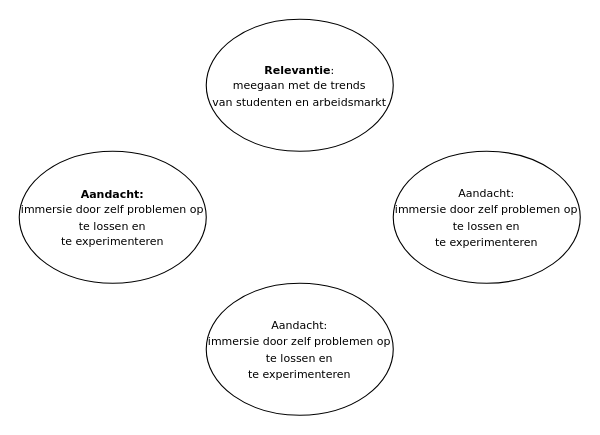
Earlier version of the draw.io diagram ARCS.drawio (wieberinsma/bdb-drawio). Source tidied: cells renumbered, new cells numbered last; positions are measured from the earlier drawing's top-left corner, leaving out a move shared by most shapes. Both pictures are drawn from the tidied source at 110%, with x=0, y=0 at pixel (19, 19).
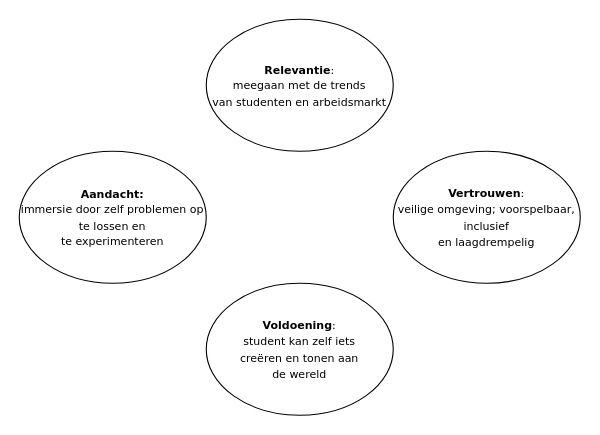
Above is the later version.

What changed in the source:
```diff
@@
 <mxGraphModel>
   <root>
     <mxCell id="0" />
     <mxCell id="1" parent="0" />
     <mxCell id="2" value="&lt;div&gt;&lt;font face=&quot;Verdana&quot;&gt;&lt;b&gt;&lt;font style=&quot;font-size: 10px&quot;&gt;Aandacht:&lt;/font&gt;&lt;/b&gt;&lt;/font&gt;&lt;/div&gt;&lt;div&gt;&lt;font style=&quot;font-size: 10px&quot; face=&quot;Verdana&quot;&gt;immersie door zelf problemen op te lossen en &lt;br&gt;&lt;/font&gt;&lt;/div&gt;&lt;div&gt;&lt;font style=&quot;font-size: 10px&quot; face=&quot;Verdana&quot;&gt;te experimenteren&lt;/font&gt;&lt;/div&gt;" style="ellipse;whiteSpace=wrap;html=1;" parent="1" vertex="1">
       <mxGeometry y="120" width="170" height="120" as="geometry" />
     </mxCell>
     <mxCell id="3" value="&lt;div&gt;&lt;font style=&quot;font-size: 10px&quot; face=&quot;Verdana&quot;&gt;&lt;b&gt;Relevantie&lt;/b&gt;: &lt;br&gt;&lt;/font&gt;&lt;/div&gt;&lt;div&gt;&lt;font style=&quot;font-size: 10px&quot; face=&quot;Verdana&quot;&gt;meegaan met de trends &lt;br&gt;&lt;/font&gt;&lt;/div&gt;&lt;div&gt;&lt;font style=&quot;font-size: 10px&quot; face=&quot;Verdana&quot;&gt;van studenten en arbeidsmarkt&lt;/font&gt;&lt;/div&gt;" style="ellipse;whiteSpace=wrap;html=1;" parent="1" vertex="1">
       <mxGeometry x="170" width="170" height="120" as="geometry" />
     </mxCell>
-    <mxCell id="4" value="&lt;div&gt;&lt;font style=&quot;font-size: 10px&quot; face=&quot;Courier New&quot;&gt;&lt;font face=&quot;Verdana&quot;&gt;Aandacht:&lt;/font&gt;&lt;/font&gt;&lt;/div&gt;&lt;div&gt;&lt;font style=&quot;font-size: 10px&quot; face=&quot;Courier New&quot;&gt;&lt;font face=&quot;Verdana&quot;&gt;immersie door zelf problemen op te lossen en &lt;br&gt;&lt;/font&gt;&lt;/font&gt;&lt;/div&gt;&lt;div&gt;&lt;font style=&quot;font-size: 10px&quot; face=&quot;Courier New&quot;&gt;&lt;font face=&quot;Verdana&quot;&gt;te experimenteren&lt;/font&gt;&lt;/font&gt;&lt;/div&gt;" style="ellipse;whiteSpace=wrap;html=1;" parent="1" vertex="1">
+    <mxCell id="4" value="&lt;div&gt;&lt;font style=&quot;font-size: 10px&quot; face=&quot;Courier New&quot;&gt;&lt;font face=&quot;Verdana&quot;&gt;&lt;b&gt;Voldoening&lt;/b&gt;:&lt;/font&gt;&lt;/font&gt;&lt;/div&gt;&lt;div&gt;&lt;font style=&quot;font-size: 10px&quot; face=&quot;Courier New&quot;&gt;&lt;font face=&quot;Verdana&quot;&gt;student kan zelf iets &lt;br&gt;&lt;/font&gt;&lt;/font&gt;&lt;/div&gt;&lt;div&gt;&lt;font style=&quot;font-size: 10px&quot; face=&quot;Courier New&quot;&gt;&lt;font face=&quot;Verdana&quot;&gt;creëren en tonen aan &lt;br&gt;&lt;/font&gt;&lt;/font&gt;&lt;/div&gt;&lt;div&gt;&lt;font style=&quot;font-size: 10px&quot; face=&quot;Courier New&quot;&gt;&lt;font face=&quot;Verdana&quot;&gt;de wereld&lt;/font&gt;&lt;/font&gt;&lt;/div&gt;" style="ellipse;whiteSpace=wrap;html=1;" parent="1" vertex="1">
       <mxGeometry x="170" y="240" width="170" height="120" as="geometry" />
     </mxCell>
-    <mxCell id="5" value="&lt;div&gt;&lt;font style=&quot;font-size: 10px&quot; face=&quot;Courier New&quot;&gt;&lt;font face=&quot;Verdana&quot;&gt;Aandacht:&lt;/font&gt;&lt;/font&gt;&lt;/div&gt;&lt;div&gt;&lt;font style=&quot;font-size: 10px&quot; face=&quot;Courier New&quot;&gt;&lt;font face=&quot;Verdana&quot;&gt;immersie door zelf problemen op te lossen en &lt;br&gt;&lt;/font&gt;&lt;/font&gt;&lt;/div&gt;&lt;div&gt;&lt;font style=&quot;font-size: 10px&quot; face=&quot;Courier New&quot;&gt;&lt;font face=&quot;Verdana&quot;&gt;te experimenteren&lt;/font&gt;&lt;/font&gt;&lt;/div&gt;" style="ellipse;whiteSpace=wrap;html=1;" parent="1" vertex="1">
+    <mxCell id="5" value="&lt;div&gt;&lt;font style=&quot;font-size: 10px&quot; face=&quot;Courier New&quot;&gt;&lt;font face=&quot;Verdana&quot;&gt;&lt;b&gt;Vertrouwen&lt;/b&gt;:&lt;/font&gt;&lt;/font&gt;&lt;/div&gt;&lt;div&gt;&lt;font style=&quot;font-size: 10px&quot; face=&quot;Courier New&quot;&gt;&lt;font face=&quot;Verdana&quot;&gt;veilige omgeving; voorspelbaar, inclusief &lt;br&gt;&lt;/font&gt;&lt;/font&gt;&lt;/div&gt;&lt;div&gt;&lt;font style=&quot;font-size: 10px&quot; face=&quot;Courier New&quot;&gt;&lt;font face=&quot;Verdana&quot;&gt;en laagdrempelig&lt;br&gt;&lt;/font&gt;&lt;/font&gt;&lt;/div&gt;&lt;font face=&quot;Verdana&quot;&gt;&lt;/font&gt;" style="ellipse;whiteSpace=wrap;html=1;" parent="1" vertex="1">
       <mxGeometry x="340" y="120" width="170" height="120" as="geometry" />
     </mxCell>
   </root>
 </mxGraphModel>
```
